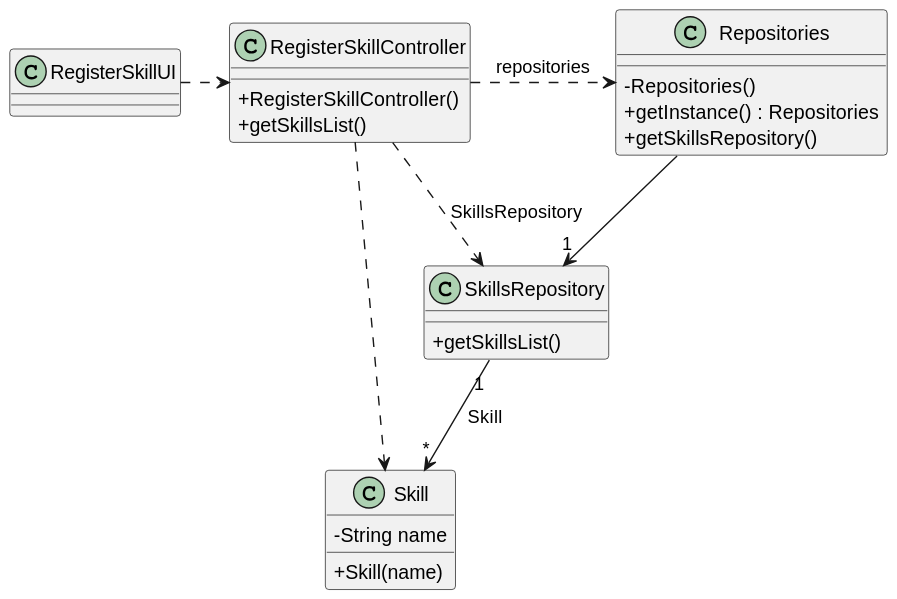
Before: docs/sprint2/us001/03.design/svg/us001-class-diagram.svg, a diagram exported from PlantUML (1231360-ISEP/lei-24-s2-1db-g021).
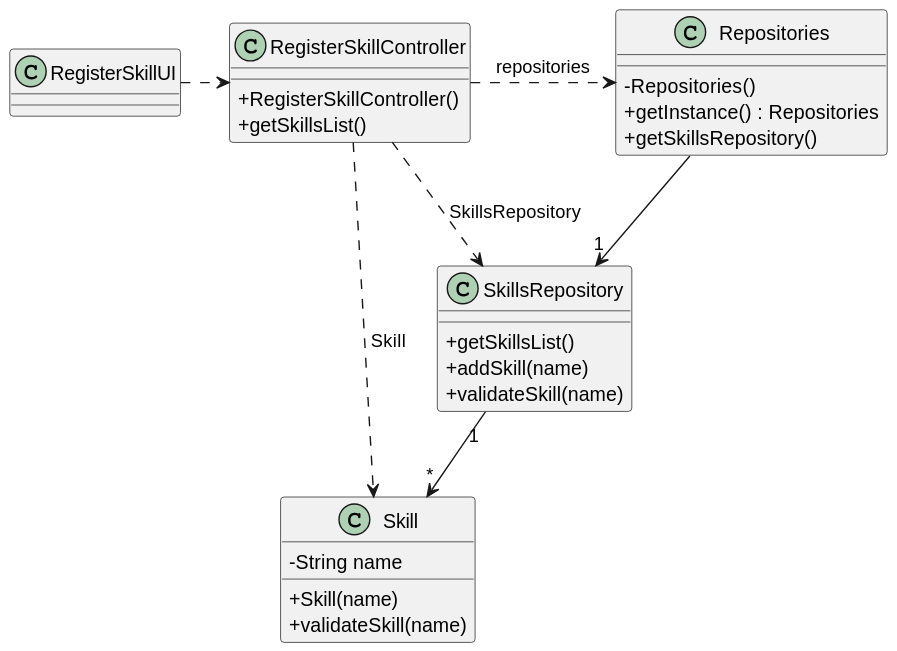
The same file after the commit.

Commit message:
Update US01 - Class Diagram and SVG

Diff of the diagram source:
```diff
@@ -5,13 +5,24 @@
 skinparam classAttributeIconSize 0
 
 
+class RegisterSkillUI {
+}
+
+class RegisterSkillController {
+    + RegisterSkillController()
+    + getSkillsList()
+}
+
 class Skill {
     - String name
     + Skill(name)
+    + validateSkill(name)
 }
 
 class SkillsRepository {
     + getSkillsList()
+    + addSkill(name)
+    + validateSkill(name)
 }
 
 class Repositories {
@@ -20,13 +31,6 @@
     + getSkillsRepository()
 }
 
-class RegisterSkillController {
-    + RegisterSkillController()
-    + getSkillsList()
-}
-
-class RegisterSkillUI {
-}
 
 RegisterSkillUI .> RegisterSkillController
 
@@ -34,8 +38,8 @@
 
 Repositories --> "1" SkillsRepository
 
-RegisterSkillController ..> Skill
+RegisterSkillController ..> Skill : Skill
 RegisterSkillController ..> SkillsRepository : SkillsRepository
 
-SkillsRepository "1" --> "*" Skill : Skill
+SkillsRepository "1" --> "*" Skill
 @enduml
```
